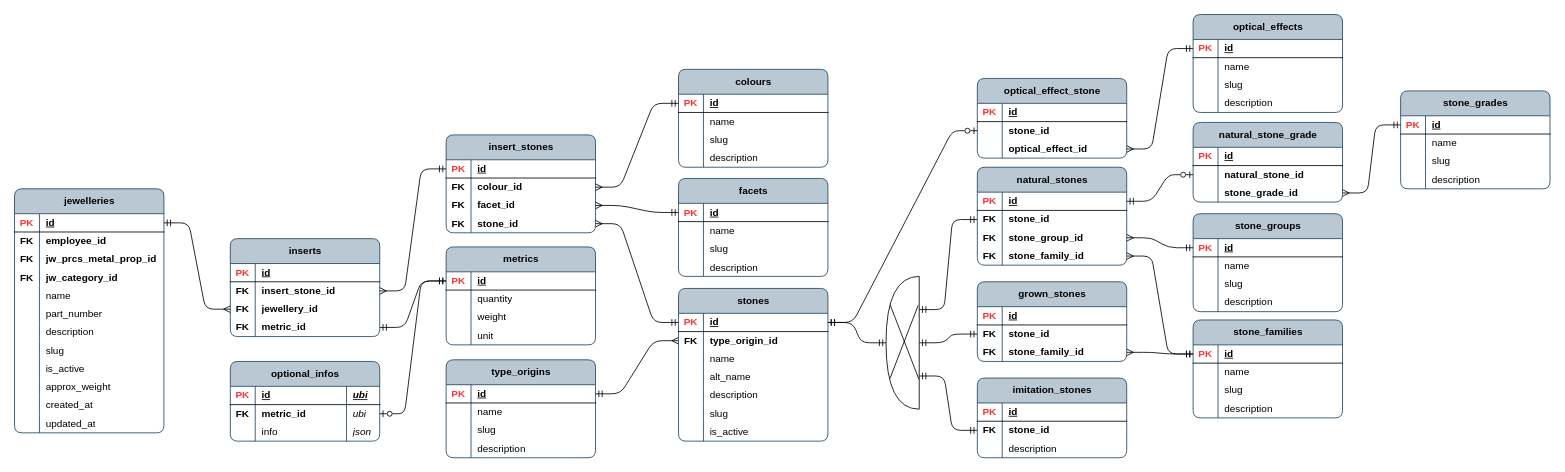
Earlier version of the draw.io diagram page "psql_inserts" (2 of 15) of publisher/laravel-app/psql_jewellery_items.drawio (Local-development-environment/msg-brokers-publisher-consumer). Source tidied: cells renumbered, new cells numbered last; positions are measured from the earlier drawing's top-left corner, leaving out a move shared by most shapes. Both pictures are drawn from the tidied source at 83%, with x=0, y=0 at pixel (14, 14).
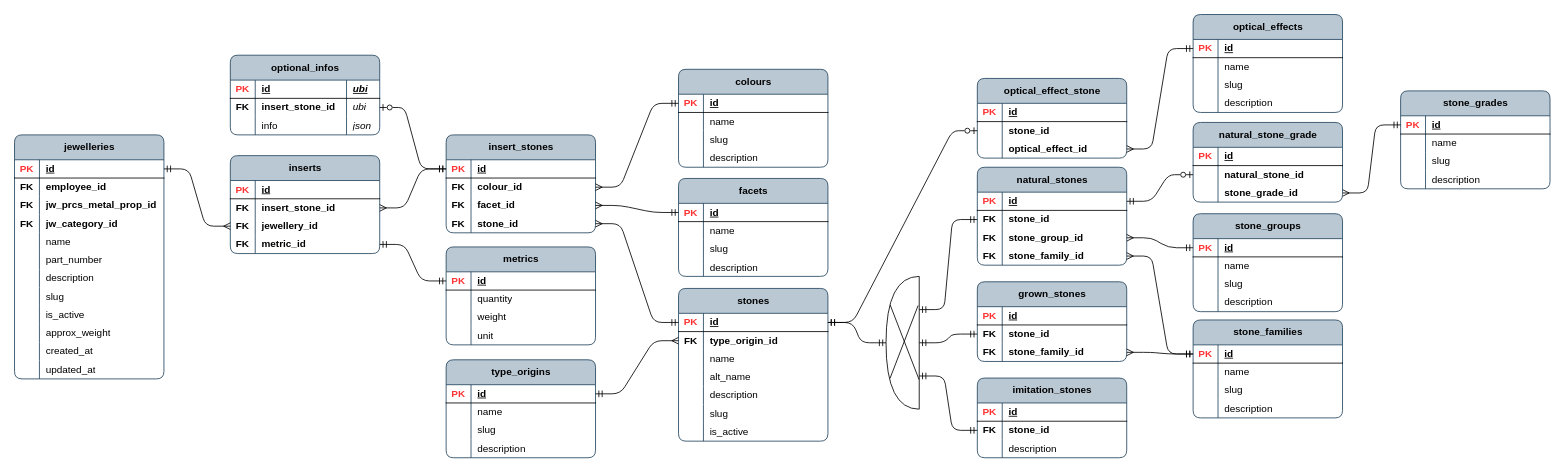
Above is the later version.

Unchanged cells that the change refers to:
```xml
<mxCell id="92" style="shape=tableRow;horizontal=0;startSize=0;swimlaneHead=0;swimlaneBody=0;fillColor=none;points=[[0,0.5],[1,0.5]];portConstraint=eastwest;top=0;left=0;right=0;bottom=1;rounded=1;labelBackgroundColor=none;swimlaneFillColor=none;strokeColor=default;shadow=0;" parent="91" vertex="1">
  <mxGeometry y="30" width="180" height="22" as="geometry" />
</mxCell>
<mxCell id="215" style="shape=tableRow;horizontal=0;startSize=0;swimlaneHead=0;swimlaneBody=0;fillColor=none;points=[[0,0.5],[1,0.5]];portConstraint=eastwest;top=0;left=0;right=0;bottom=1;rounded=1;labelBackgroundColor=none;swimlaneFillColor=none;strokeColor=default;shadow=0;" parent="214" vertex="1">
  <mxGeometry y="30" width="180" height="22" as="geometry" />
</mxCell>
<mxCell id="233" style="shape=tableRow;horizontal=0;startSize=0;swimlaneHead=0;swimlaneBody=0;fillColor=none;points=[[0,0.5],[1,0.5]];portConstraint=eastwest;top=0;left=0;right=0;bottom=0;rounded=1;labelBackgroundColor=none;" parent="228" vertex="1">
  <mxGeometry y="52" width="180" height="22" as="geometry" />
</mxCell>
```

What changed in the source:
```diff
@@
     <mxCell id="120" value="jewelleries" style="shape=table;startSize=30;childLayout=tableLayout;rowLines=0;fontStyle=1;align=center;html=1;rounded=1;swimlaneFillColor=none;fillColor=#bac8d3;strokeColor=#23445d;columnLines=1;arcSize=10;" parent="1" vertex="1">
-      <mxGeometry y="210" width="180" height="294" as="geometry" />
+      <mxGeometry y="145" width="180" height="294" as="geometry" />
     </mxCell>
@@
     <mxCell id="157" value="inserts" style="shape=table;startSize=30;childLayout=tableLayout;rowLines=0;fontStyle=1;align=center;html=1;rounded=1;labelBackgroundColor=none;swimlaneFillColor=none;fillColor=#bac8d3;strokeColor=#23445d;arcSize=10;" parent="1" vertex="1">
-      <mxGeometry x="260" y="270" width="180" height="118" as="geometry" />
+      <mxGeometry x="260" y="170" width="180" height="118" as="geometry" />
     </mxCell>
@@
     <mxCell id="228" value="optional_infos" style="shape=table;startSize=30;childLayout=tableLayout;rowLines=0;fontStyle=1;align=center;html=1;rounded=1;labelBackgroundColor=none;swimlaneFillColor=none;fillColor=#bac8d3;strokeColor=#23445d;arcSize=10;" parent="1" vertex="1">
-      <mxGeometry x="260" y="418" width="180" height="96" as="geometry" />
+      <mxGeometry x="260" y="49" width="180" height="96" as="geometry" />
     </mxCell>
@@
-    <mxCell id="235" value="&lt;b&gt;metric_id&lt;/b&gt;" style="shape=partialRectangle;fillColor=none;top=0;left=0;bottom=0;right=0;align=left;spacingLeft=6;overflow=hidden;whiteSpace=wrap;html=1;rounded=1;labelBackgroundColor=none;" parent="233" vertex="1">
+    <mxCell id="235" value="&lt;b&gt;insert_stone_id&lt;/b&gt;" style="shape=partialRectangle;fillColor=none;top=0;left=0;bottom=0;right=0;align=left;spacingLeft=6;overflow=hidden;whiteSpace=wrap;html=1;rounded=1;labelBackgroundColor=none;" parent="233" vertex="1">
       <mxGeometry x="30" width="110" height="22" as="geometry" />
     </mxCell>
@@
-    <mxCell id="241" style="edgeStyle=entityRelationEdgeStyle;fontSize=12;html=1;endArrow=ERzeroToOne;startArrow=ERmandOne;rounded=1;curved=0;perimeterSpacing=0;exitX=0;exitY=0.5;exitDx=0;exitDy=0;endFill=0;entryX=1;entryY=0.5;entryDx=0;entryDy=0;" parent="1" edge="1" source="215" target="233">
+    <mxCell id="241" style="edgeStyle=entityRelationEdgeStyle;fontSize=12;html=1;endArrow=ERzeroToOne;startArrow=ERmandOne;rounded=1;curved=0;perimeterSpacing=0;exitX=0;exitY=0.5;exitDx=0;exitDy=0;endFill=0;entryX=1;entryY=0.5;entryDx=0;entryDy=0;" parent="1" edge="1" source="92" target="233">
       <mxGeometry relative="1" as="geometry" />
     </mxCell>
```
